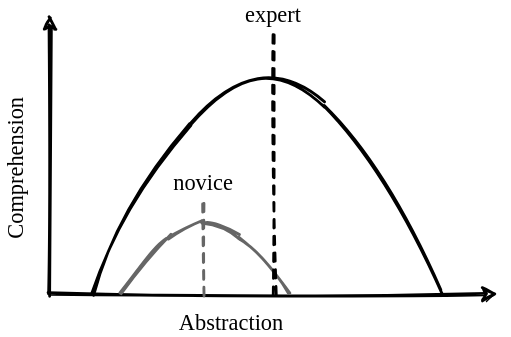
gvwilson/buildtogether.tech keeps this draw.io diagram as docs/design/comprehension-curves.svg. Above is the earlier version. Source tidied: cells renumbered, new cells last; positions are measured from the earlier drawing's top-left corner, leaving out a move shared by most shapes.
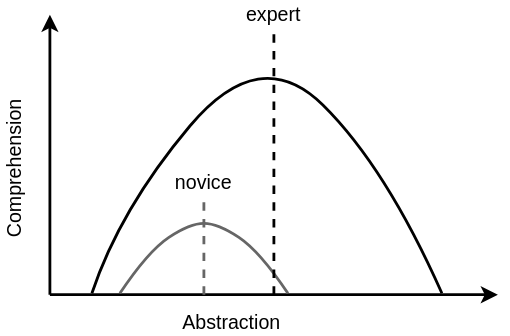
After the commit.

The edit, as a diff of the source:
```diff
@@ -2,25 +2,25 @@
   <root>
     <mxCell id="0" />
     <mxCell id="1" parent="0" />
-    <mxCell id="2" style="endArrow=classic;html=1;strokeWidth=2;sketch=1;" parent="1" edge="1">
+    <mxCell id="2" style="endArrow=classic;html=1;strokeWidth=2;fontSize=14;fontFamily=Helvetica;" parent="1" edge="1">
       <mxGeometry relative="1" as="geometry">
         <mxPoint x="90" y="210" as="sourcePoint" />
         <mxPoint x="410" y="210" as="targetPoint" />
       </mxGeometry>
     </mxCell>
-    <mxCell id="3" style="endArrow=classic;html=1;strokeWidth=2;sketch=1;" parent="1" edge="1">
+    <mxCell id="3" style="endArrow=classic;html=1;strokeWidth=2;fontSize=14;fontFamily=Helvetica;" parent="1" edge="1">
       <mxGeometry relative="1" as="geometry">
         <mxPoint x="90" y="210" as="sourcePoint" />
         <mxPoint x="90" y="10" as="targetPoint" />
       </mxGeometry>
     </mxCell>
-    <mxCell id="4" value="&lt;font style=&quot;font-size: 16px&quot;&gt;Abstraction&lt;/font&gt;" style="text;html=1;strokeColor=none;fillColor=none;align=center;verticalAlign=middle;whiteSpace=wrap;rounded=0;fontFamily=Comic Sans MS;sketch=1;" parent="1" vertex="1">
+    <mxCell id="4" value="&lt;font style=&quot;font-size: 14px;&quot;&gt;Abstraction&lt;/font&gt;" style="text;html=1;strokeColor=none;fillColor=none;align=center;verticalAlign=middle;whiteSpace=wrap;rounded=0;fontFamily=Helvetica;fontSize=14;" parent="1" vertex="1">
       <mxGeometry x="165" y="220" width="110" height="20" as="geometry" />
     </mxCell>
-    <mxCell id="5" value="&lt;font style=&quot;font-size: 16px&quot;&gt;Comprehension&lt;br&gt;&lt;/font&gt;" style="text;html=1;strokeColor=none;fillColor=none;align=center;verticalAlign=middle;whiteSpace=wrap;rounded=0;rotation=-90;fontFamily=Comic Sans MS;sketch=1;" parent="1" vertex="1">
+    <mxCell id="5" value="&lt;font style=&quot;font-size: 14px;&quot;&gt;Comprehension&lt;br style=&quot;font-size: 14px;&quot;&gt;&lt;/font&gt;" style="text;html=1;strokeColor=none;fillColor=none;align=center;verticalAlign=middle;whiteSpace=wrap;rounded=0;rotation=-90;fontFamily=Helvetica;fontSize=14;" parent="1" vertex="1">
       <mxGeometry y="110" width="130" height="20" as="geometry" />
     </mxCell>
-    <mxCell id="6" style="curved=1;endArrow=none;html=1;strokeWidth=2;endFill=0;fillColor=#f5f5f5;strokeColor=#666666;sketch=1;" parent="1" edge="1">
+    <mxCell id="6" style="curved=1;endArrow=none;html=1;strokeWidth=2;endFill=0;fillColor=#f5f5f5;strokeColor=#666666;fontSize=14;fontFamily=Helvetica;" parent="1" edge="1">
       <mxGeometry relative="1" as="geometry">
         <mxPoint x="140" y="209" as="sourcePoint" />
         <mxPoint x="260" y="209" as="targetPoint" />
@@ -32,7 +32,7 @@
         </Array>
       </mxGeometry>
     </mxCell>
-    <mxCell id="7" style="curved=1;endArrow=none;html=1;strokeWidth=2;endFill=0;sketch=1;" parent="1" edge="1">
+    <mxCell id="7" style="curved=1;endArrow=none;html=1;strokeWidth=2;endFill=0;fontSize=14;fontFamily=Helvetica;" parent="1" edge="1">
       <mxGeometry relative="1" as="geometry">
         <mxPoint x="120" y="209" as="sourcePoint" />
         <mxPoint x="370" y="209" as="targetPoint" />
@@ -43,21 +43,21 @@
         </Array>
       </mxGeometry>
     </mxCell>
-    <mxCell id="8" style="endArrow=none;dashed=1;html=1;strokeWidth=2;fillColor=#f5f5f5;strokeColor=#666666;sketch=1;" parent="1" edge="1">
+    <mxCell id="8" style="endArrow=none;dashed=1;html=1;strokeWidth=2;fillColor=#f5f5f5;strokeColor=#666666;fontSize=14;fontFamily=Helvetica;" parent="1" edge="1">
       <mxGeometry relative="1" as="geometry">
         <mxPoint x="200" y="210" as="sourcePoint" />
         <mxPoint x="200" y="140" as="targetPoint" />
       </mxGeometry>
     </mxCell>
-    <mxCell id="9" style="endArrow=none;dashed=1;html=1;strokeWidth=2;sketch=1;entryX=0.5;entryY=1;entryDx=0;entryDy=0;" parent="1" edge="1" target="10">
+    <mxCell id="9" style="endArrow=none;dashed=1;html=1;strokeWidth=2;entryX=0.5;entryY=1;entryDx=0;entryDy=0;fontSize=14;fontFamily=Helvetica;" parent="1" edge="1" target="10">
       <mxGeometry relative="1" as="geometry">
         <mxPoint x="250" y="210" as="sourcePoint" />
       </mxGeometry>
     </mxCell>
-    <mxCell id="10" value="&lt;font style=&quot;font-size: 16px&quot;&gt;expert&lt;/font&gt;" style="text;html=1;strokeColor=none;fillColor=none;align=center;verticalAlign=middle;whiteSpace=wrap;rounded=0;fontFamily=Comic Sans MS;sketch=1;" parent="1" vertex="1">
+    <mxCell id="10" value="&lt;font style=&quot;font-size: 14px;&quot;&gt;expert&lt;/font&gt;" style="text;html=1;strokeColor=none;fillColor=none;align=center;verticalAlign=middle;whiteSpace=wrap;rounded=0;fontFamily=Helvetica;fontSize=14;" parent="1" vertex="1">
       <mxGeometry x="220" width="60" height="20" as="geometry" />
     </mxCell>
-    <mxCell id="11" value="&lt;font style=&quot;font-size: 16px&quot;&gt;novice&lt;/font&gt;" style="text;html=1;strokeColor=none;fillColor=none;align=center;verticalAlign=middle;whiteSpace=wrap;rounded=0;fontFamily=Comic Sans MS;sketch=1;" parent="1" vertex="1">
+    <mxCell id="11" value="&lt;font style=&quot;font-size: 14px;&quot;&gt;novice&lt;/font&gt;" style="text;html=1;strokeColor=none;fillColor=none;align=center;verticalAlign=middle;whiteSpace=wrap;rounded=0;fontFamily=Helvetica;fontSize=14;" parent="1" vertex="1">
       <mxGeometry x="170" y="120" width="60" height="20" as="geometry" />
     </mxCell>
   </root>
```
